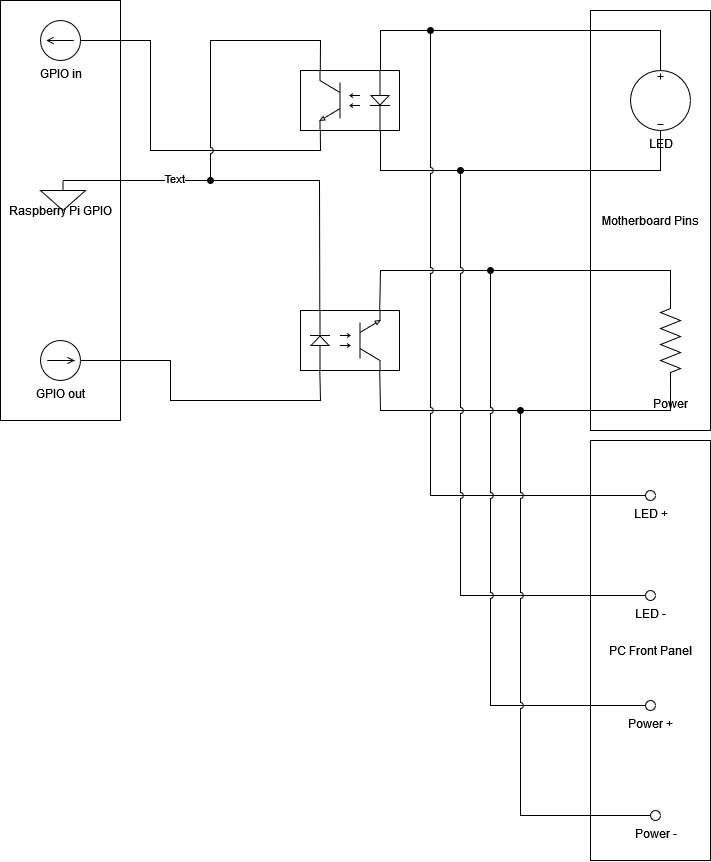
Earlier version of the draw.io export img/Power_Circuit.png (it4impuls/pc-bridge). Source tidied: cells renumbered, new cells last; positions are measured from the earlier drawing's top-left corner, leaving out a move shared by most shapes. The source it was exported from:
```xml
<mxGraphModel>
  <root>
    <mxCell id="0" />
    <mxCell id="1" parent="0" />
    <mxCell id="2" value="&lt;div&gt;Motherboard Pins&lt;/div&gt;" style="rounded=0;whiteSpace=wrap;html=1;fillColor=none;" parent="1" vertex="1">
      <mxGeometry x="590" y="10" width="120" height="420" as="geometry" />
    </mxCell>
    <mxCell id="3" style="verticalLabelPosition=bottom;shadow=0;dashed=0;align=center;html=1;verticalAlign=top;shape=mxgraph.electrical.opto_electronics.opto-coupler;rotation=0;direction=east;flipV=0;flipH=1;" parent="1" vertex="1">
      <mxGeometry x="300" y="70" width="99" height="60" as="geometry" />
    </mxCell>
    <mxCell id="4" style="edgeStyle=orthogonalEdgeStyle;rounded=0;jettySize=auto;html=1;exitX=0.5;exitY=0;exitDx=0;exitDy=0;exitPerimeter=0;entryX=0.195;entryY=0;entryDx=0;entryDy=0;entryPerimeter=0;" parent="1" edge="1" source="x">
      <mxGeometry relative="1" as="geometry">
        <mxPoint x="319.3" y="210" as="targetPoint" />
      </mxGeometry>
    </mxCell>
    <mxCell id="5" value="&lt;div&gt;LED&lt;/div&gt;" style="verticalLabelPosition=bottom;shadow=0;dashed=0;align=center;html=1;verticalAlign=top;shape=mxgraph.electrical.signal_sources.source;elSignalType=dc3;rotation=0;direction=east;" parent="1" vertex="1">
      <mxGeometry x="630" y="70" width="60" height="60" as="geometry" />
    </mxCell>
    <mxCell id="6" value="r" style="edgeStyle=orthogonalEdgeStyle;rounded=0;jettySize=auto;html=1;exitX=0.8;exitY=1;exitDx=0;exitDy=0;exitPerimeter=0;entryX=0;entryY=0.5;entryDx=0;entryDy=0;entryPerimeter=0;" parent="1" edge="1" target="x">
      <mxGeometry relative="1" as="geometry">
        <mxPoint x="319.8" y="240" as="sourcePoint" />
      </mxGeometry>
    </mxCell>
    <mxCell id="7" style="edgeStyle=orthogonalEdgeStyle;rounded=0;jettySize=auto;html=1;exitX=0.195;exitY=1;exitDx=0;exitDy=0;exitPerimeter=0;entryX=0.5;entryY=1;entryDx=0;entryDy=0;entryPerimeter=0;" parent="1" edge="1" target="x">
      <mxGeometry relative="1" as="geometry">
        <mxPoint x="379.7" y="240" as="sourcePoint" />
      </mxGeometry>
    </mxCell>
    <mxCell id="8" style="verticalLabelPosition=bottom;shadow=0;dashed=0;align=center;html=1;verticalAlign=top;shape=mxgraph.electrical.opto_electronics.opto-coupler;rotation=0;flipV=1;" parent="1" vertex="1">
      <mxGeometry x="300" y="310" width="99" height="60" as="geometry" />
    </mxCell>
    <mxCell id="9" value="&lt;div&gt;Power&lt;/div&gt;" style="verticalLabelPosition=bottom;shadow=0;dashed=0;align=center;html=1;verticalAlign=top;shape=mxgraph.electrical.resistors.resistor_2;rotation=0;flipV=1;direction=north;" parent="1" vertex="1">
      <mxGeometry x="660" y="290" width="20" height="100" as="geometry" />
    </mxCell>
    <mxCell id="10" style="endArrow=none;html=1;strokeWidth=1;rounded=0;" parent="1" edge="1">
      <mxGeometry relative="1" as="geometry">
        <mxPoint x="380" y="130" as="sourcePoint" />
        <mxPoint x="660" y="130" as="targetPoint" />
        <Array as="points">
          <mxPoint x="380" y="170" />
          <mxPoint x="660" y="170" />
        </Array>
      </mxGeometry>
    </mxCell>
    <mxCell id="11" style="endArrow=none;html=1;strokeWidth=1;rounded=0;" parent="1" edge="1">
      <mxGeometry relative="1" as="geometry">
        <mxPoint x="380" y="70" as="sourcePoint" />
        <mxPoint x="660" y="70" as="targetPoint" />
        <Array as="points">
          <mxPoint x="380" y="30" />
          <mxPoint x="660" y="30" />
        </Array>
      </mxGeometry>
    </mxCell>
    <mxCell id="12" style="endArrow=none;html=1;strokeWidth=1;rounded=0;exitX=0.8;exitY=1;exitDx=0;exitDy=0;exitPerimeter=0;entryX=0;entryY=0.5;entryDx=0;entryDy=0;entryPerimeter=0;" parent="1" edge="1" source="8" target="9">
      <mxGeometry relative="1" as="geometry">
        <Array as="points">
          <mxPoint x="380" y="270" />
          <mxPoint x="670" y="270" />
        </Array>
      </mxGeometry>
    </mxCell>
    <mxCell id="13" style="endArrow=none;html=1;strokeWidth=1;rounded=0;exitX=0.8;exitY=0;exitDx=0;exitDy=0;exitPerimeter=0;entryX=1;entryY=0.5;entryDx=0;entryDy=0;entryPerimeter=0;" parent="1" edge="1" source="8" target="9">
      <mxGeometry relative="1" as="geometry">
        <Array as="points">
          <mxPoint x="380" y="410" />
          <mxPoint x="670" y="410" />
        </Array>
      </mxGeometry>
    </mxCell>
    <mxCell id="14" value="Raspberry Pi GPIO" style="rounded=0;whiteSpace=wrap;html=1;fillColor=none;" parent="1" vertex="1">
      <mxGeometry width="120" height="420" as="geometry" />
    </mxCell>
    <mxCell id="15" style="verticalLabelPosition=bottom;shadow=0;dashed=0;align=center;html=1;verticalAlign=top;shape=mxgraph.electrical.signal_sources.signal_ground;fillColor=none;" parent="1" vertex="1">
      <mxGeometry x="40" y="180" width="45" height="30" as="geometry" />
    </mxCell>
    <mxCell id="16" style="endArrow=none;html=1;strokeWidth=1;rounded=0;entryX=0;entryY=0.5;entryDx=0;entryDy=0;entryPerimeter=0;exitX=0.8;exitY=1;exitDx=0;exitDy=0;exitPerimeter=0;jumpStyle=arc;" parent="1" edge="1" source="3" target="21">
      <mxGeometry relative="1" as="geometry">
        <Array as="points">
          <mxPoint x="320" y="150" />
          <mxPoint x="150" y="150" />
          <mxPoint x="150" y="70" />
          <mxPoint x="150" y="40" />
        </Array>
      </mxGeometry>
    </mxCell>
    <mxCell id="17" style="endArrow=none;html=1;strokeWidth=1;rounded=0;exitX=0.5;exitY=0;exitDx=0;exitDy=0;exitPerimeter=0;entryX=0.8;entryY=0;entryDx=0;entryDy=0;entryPerimeter=0;startArrow=none;jumpStyle=arc;startFill=0;endFill=0;" parent="1" edge="1" source="15" target="3">
      <mxGeometry relative="1" as="geometry">
        <Array as="points">
          <mxPoint x="210" y="180" />
          <mxPoint x="210" y="40" />
          <mxPoint x="320" y="40" />
        </Array>
      </mxGeometry>
    </mxCell>
    <mxCell id="18" value="Text" style="edgeLabel;html=1;align=center;verticalAlign=middle;" parent="17" vertex="1">
      <mxGeometry x="-0.48" y="2" relative="1" as="geometry" />
    </mxCell>
    <mxCell id="19" style="endArrow=none;html=1;strokeWidth=1;rounded=0;exitX=1;exitY=0.5;exitDx=0;exitDy=0;exitPerimeter=0;entryX=0.195;entryY=0;entryDx=0;entryDy=0;entryPerimeter=0;" parent="1" edge="1" source="20" target="8">
      <mxGeometry relative="1" as="geometry">
        <Array as="points">
          <mxPoint x="170" y="360" />
          <mxPoint x="170" y="400" />
          <mxPoint x="320" y="400" />
        </Array>
      </mxGeometry>
    </mxCell>
    <mxCell id="20" value="&lt;div&gt;GPIO out&lt;/div&gt;" style="verticalLabelPosition=bottom;shadow=0;dashed=0;align=center;html=1;verticalAlign=top;shape=mxgraph.electrical.signal_sources.source;points=[[0.5,0,0],[1,0.5,0],[0.5,1,0],[0,0.5,0]];elSignalType=dc1;fillColor=none;" parent="1" vertex="1">
      <mxGeometry x="40" y="340" width="40" height="40" as="geometry" />
    </mxCell>
    <mxCell id="21" value="GPIO in" style="verticalLabelPosition=bottom;shadow=0;dashed=0;align=center;html=1;verticalAlign=top;shape=mxgraph.electrical.signal_sources.source;points=[[0.5,0,0],[1,0.5,0],[0.5,1,0],[0,0.5,0]];elSignalType=dc1;fillColor=none;flipH=1;" parent="1" vertex="1">
      <mxGeometry x="40" y="20" width="40" height="40" as="geometry" />
    </mxCell>
    <mxCell id="22" style="endArrow=none;html=1;strokeWidth=1;rounded=0;entryX=0.195;entryY=1;entryDx=0;entryDy=0;entryPerimeter=0;startArrow=oval;startFill=1;" parent="1" edge="1" target="8">
      <mxGeometry relative="1" as="geometry">
        <mxPoint x="210" y="180" as="sourcePoint" />
        <Array as="points">
          <mxPoint x="319" y="180" />
        </Array>
      </mxGeometry>
    </mxCell>
    <mxCell id="23" value="PC Front Panel" style="rounded=0;whiteSpace=wrap;html=1;fillColor=none;" parent="1" vertex="1">
      <mxGeometry x="590" y="440" width="120" height="420" as="geometry" />
    </mxCell>
    <mxCell id="24" value="LED +" style="verticalLabelPosition=bottom;shadow=0;dashed=0;align=center;html=1;verticalAlign=top;strokeWidth=1;shape=ellipse;fillColor=none;" parent="1" vertex="1">
      <mxGeometry x="645" y="490" width="10" height="10" as="geometry" />
    </mxCell>
    <mxCell id="25" value="LED -" style="verticalLabelPosition=bottom;shadow=0;dashed=0;align=center;html=1;verticalAlign=top;strokeWidth=1;shape=ellipse;fillColor=none;" parent="1" vertex="1">
      <mxGeometry x="645" y="590" width="10" height="10" as="geometry" />
    </mxCell>
    <mxCell id="26" value="Power +" style="verticalLabelPosition=bottom;shadow=0;dashed=0;align=center;html=1;verticalAlign=top;strokeWidth=1;shape=ellipse;fillColor=none;" parent="1" vertex="1">
      <mxGeometry x="645" y="700" width="10" height="10" as="geometry" />
    </mxCell>
    <mxCell id="27" value="&lt;div&gt;Power -&lt;/div&gt;" style="verticalLabelPosition=bottom;shadow=0;dashed=0;align=center;html=1;verticalAlign=top;strokeWidth=1;shape=ellipse;fillColor=none;" parent="1" vertex="1">
      <mxGeometry x="650" y="810" width="10" height="10" as="geometry" />
    </mxCell>
    <mxCell id="28" style="endArrow=none;html=1;strokeWidth=1;rounded=0;entryX=0;entryY=0.5;entryDx=0;entryDy=0;jumpStyle=arc;edgeStyle=orthogonalEdgeStyle;startArrow=oval;startFill=1;" parent="1" edge="1" target="24">
      <mxGeometry relative="1" as="geometry">
        <mxPoint x="430" y="30" as="sourcePoint" />
        <Array as="points">
          <mxPoint x="430" y="30" />
          <mxPoint x="430" y="495" />
        </Array>
      </mxGeometry>
    </mxCell>
    <mxCell id="29" style="endArrow=none;html=1;strokeWidth=1;rounded=0;entryX=0;entryY=0.5;entryDx=0;entryDy=0;edgeStyle=orthogonalEdgeStyle;jumpStyle=arc;startArrow=oval;startFill=1;" parent="1" edge="1" target="25">
      <mxGeometry relative="1" as="geometry">
        <mxPoint x="460" y="170" as="sourcePoint" />
        <Array as="points">
          <mxPoint x="460" y="595" />
        </Array>
      </mxGeometry>
    </mxCell>
    <mxCell id="30" style="endArrow=none;html=1;strokeWidth=1;rounded=0;entryX=0;entryY=0.5;entryDx=0;entryDy=0;edgeStyle=orthogonalEdgeStyle;jumpStyle=arc;sourcePerimeterSpacing=0;startArrow=oval;startFill=1;" parent="1" edge="1" target="26">
      <mxGeometry relative="1" as="geometry">
        <mxPoint x="490" y="270" as="sourcePoint" />
        <Array as="points">
          <mxPoint x="490" y="705" />
        </Array>
      </mxGeometry>
    </mxCell>
    <mxCell id="31" style="endArrow=none;html=1;strokeWidth=1;rounded=0;entryX=0;entryY=0.5;entryDx=0;entryDy=0;edgeStyle=orthogonalEdgeStyle;jumpStyle=arc;startArrow=oval;startFill=1;" parent="1" edge="1" target="27">
      <mxGeometry relative="1" as="geometry">
        <mxPoint x="520" y="410" as="sourcePoint" />
        <Array as="points">
          <mxPoint x="520" y="815" />
        </Array>
      </mxGeometry>
    </mxCell>
  </root>
</mxGraphModel>
```
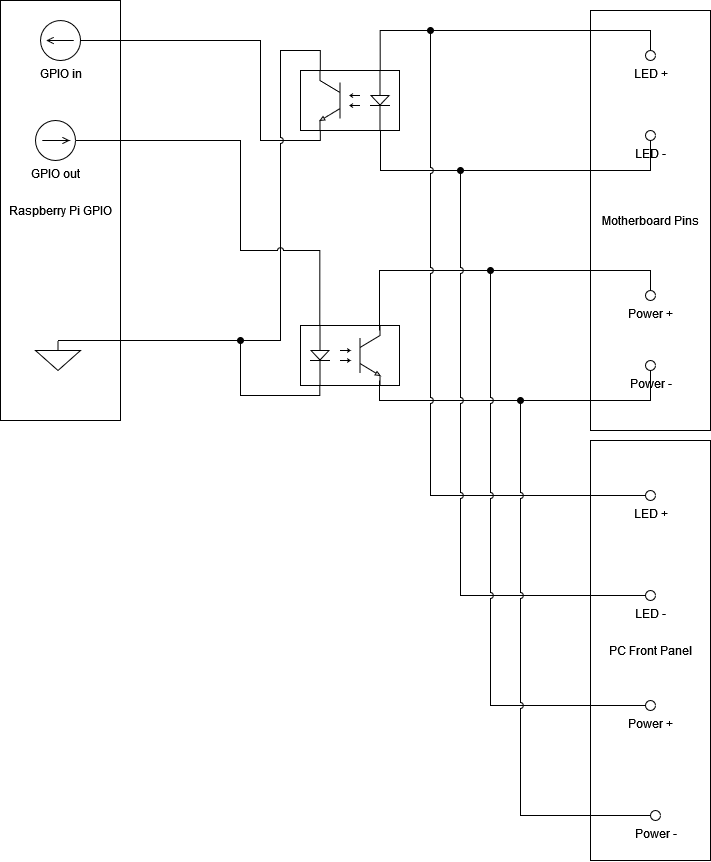
After the change.

Commit message:
updated technical drawing

Change to the diagram source:
```diff
@@ -13,9 +13,6 @@
         <mxPoint x="319.3" y="210" as="targetPoint" />
       </mxGeometry>
     </mxCell>
-    <mxCell id="5" value="&lt;div&gt;LED&lt;/div&gt;" style="verticalLabelPosition=bottom;shadow=0;dashed=0;align=center;html=1;verticalAlign=top;shape=mxgraph.electrical.signal_sources.source;elSignalType=dc3;rotation=0;direction=east;" parent="1" vertex="1">
-      <mxGeometry x="630" y="70" width="60" height="60" as="geometry" />
-    </mxCell>
     <mxCell id="6" value="r" style="edgeStyle=orthogonalEdgeStyle;rounded=0;jettySize=auto;html=1;exitX=0.8;exitY=1;exitDx=0;exitDy=0;exitPerimeter=0;entryX=0;entryY=0.5;entryDx=0;entryDy=0;entryPerimeter=0;" parent="1" edge="1" target="x">
       <mxGeometry relative="1" as="geometry">
         <mxPoint x="319.8" y="240" as="sourcePoint" />
@@ -26,45 +23,41 @@
         <mxPoint x="379.7" y="240" as="sourcePoint" />
       </mxGeometry>
     </mxCell>
-    <mxCell id="8" style="verticalLabelPosition=bottom;shadow=0;dashed=0;align=center;html=1;verticalAlign=top;shape=mxgraph.electrical.opto_electronics.opto-coupler;rotation=0;flipV=1;" parent="1" vertex="1">
-      <mxGeometry x="300" y="310" width="99" height="60" as="geometry" />
+    <mxCell id="8" style="verticalLabelPosition=bottom;shadow=0;dashed=0;align=center;html=1;verticalAlign=top;shape=mxgraph.electrical.opto_electronics.opto-coupler;rotation=0;flipV=0;" parent="1" vertex="1">
+      <mxGeometry x="300" y="325" width="99" height="60" as="geometry" />
     </mxCell>
-    <mxCell id="9" value="&lt;div&gt;Power&lt;/div&gt;" style="verticalLabelPosition=bottom;shadow=0;dashed=0;align=center;html=1;verticalAlign=top;shape=mxgraph.electrical.resistors.resistor_2;rotation=0;flipV=1;direction=north;" parent="1" vertex="1">
-      <mxGeometry x="660" y="290" width="20" height="100" as="geometry" />
-    </mxCell>
-    <mxCell id="10" style="endArrow=none;html=1;strokeWidth=1;rounded=0;" parent="1" edge="1">
+    <mxCell id="10" style="endArrow=none;html=1;strokeWidth=1;rounded=0;entryX=0.5;entryY=1;entryDx=0;entryDy=0;edgeStyle=orthogonalEdgeStyle;" parent="1" edge="1" target="33">
       <mxGeometry relative="1" as="geometry">
         <mxPoint x="380" y="130" as="sourcePoint" />
-        <mxPoint x="660" y="130" as="targetPoint" />
         <Array as="points">
           <mxPoint x="380" y="170" />
-          <mxPoint x="660" y="170" />
+          <mxPoint x="650" y="170" />
         </Array>
       </mxGeometry>
     </mxCell>
-    <mxCell id="11" style="endArrow=none;html=1;strokeWidth=1;rounded=0;" parent="1" edge="1">
+    <mxCell id="11" style="endArrow=none;html=1;strokeWidth=1;rounded=0;startArrow=none;entryX=0.5;entryY=0;entryDx=0;entryDy=0;exitX=0.195;exitY=0;exitDx=0;exitDy=0;exitPerimeter=0;edgeStyle=orthogonalEdgeStyle;" parent="1" edge="1" source="3" target="32">
       <mxGeometry relative="1" as="geometry">
-        <mxPoint x="380" y="70" as="sourcePoint" />
-        <mxPoint x="660" y="70" as="targetPoint" />
         <Array as="points">
           <mxPoint x="380" y="30" />
-          <mxPoint x="660" y="30" />
+          <mxPoint x="650" y="30" />
         </Array>
       </mxGeometry>
     </mxCell>
-    <mxCell id="12" style="endArrow=none;html=1;strokeWidth=1;rounded=0;exitX=0.8;exitY=1;exitDx=0;exitDy=0;exitPerimeter=0;entryX=0;entryY=0.5;entryDx=0;entryDy=0;entryPerimeter=0;" parent="1" edge="1" source="8" target="9">
+    <mxCell id="12" style="endArrow=none;html=1;strokeWidth=1;rounded=0;entryX=0.5;entryY=0;entryDx=0;entryDy=0;edgeStyle=orthogonalEdgeStyle;" parent="1" edge="1" target="34">
       <mxGeometry relative="1" as="geometry">
+        <mxPoint x="379" y="330" as="sourcePoint" />
         <Array as="points">
-          <mxPoint x="380" y="270" />
-          <mxPoint x="670" y="270" />
+          <mxPoint x="379" y="270" />
+          <mxPoint x="650" y="270" />
         </Array>
       </mxGeometry>
     </mxCell>
-    <mxCell id="13" style="endArrow=none;html=1;strokeWidth=1;rounded=0;exitX=0.8;exitY=0;exitDx=0;exitDy=0;exitPerimeter=0;entryX=1;entryY=0.5;entryDx=0;entryDy=0;entryPerimeter=0;" parent="1" edge="1" source="8" target="9">
+    <mxCell id="13" style="endArrow=none;html=1;strokeWidth=1;rounded=0;entryX=0.5;entryY=1;entryDx=0;entryDy=0;edgeStyle=orthogonalEdgeStyle;" parent="1" edge="1" target="35">
       <mxGeometry relative="1" as="geometry">
+        <mxPoint x="379" y="380" as="sourcePoint" />
         <Array as="points">
-          <mxPoint x="380" y="410" />
-          <mxPoint x="670" y="410" />
+          <mxPoint x="379" y="400" />
+          <mxPoint x="650" y="400" />
         </Array>
       </mxGeometry>
     </mxCell>
@@ -72,50 +65,48 @@
       <mxGeometry width="120" height="420" as="geometry" />
     </mxCell>
     <mxCell id="15" style="verticalLabelPosition=bottom;shadow=0;dashed=0;align=center;html=1;verticalAlign=top;shape=mxgraph.electrical.signal_sources.signal_ground;fillColor=none;" parent="1" vertex="1">
-      <mxGeometry x="40" y="180" width="45" height="30" as="geometry" />
+      <mxGeometry x="35" y="340" width="45" height="30" as="geometry" />
     </mxCell>
-    <mxCell id="16" style="endArrow=none;html=1;strokeWidth=1;rounded=0;entryX=0;entryY=0.5;entryDx=0;entryDy=0;entryPerimeter=0;exitX=0.8;exitY=1;exitDx=0;exitDy=0;exitPerimeter=0;jumpStyle=arc;" parent="1" edge="1" source="3" target="21">
+    <mxCell id="16" style="endArrow=none;html=1;strokeWidth=1;rounded=0;entryX=0;entryY=0.5;entryDx=0;entryDy=0;entryPerimeter=0;exitX=0.8;exitY=1;exitDx=0;exitDy=0;exitPerimeter=0;jumpStyle=arc;edgeStyle=orthogonalEdgeStyle;" parent="1" edge="1" source="3" target="21">
       <mxGeometry relative="1" as="geometry">
         <Array as="points">
-          <mxPoint x="320" y="150" />
-          <mxPoint x="150" y="150" />
-          <mxPoint x="150" y="70" />
-          <mxPoint x="150" y="40" />
+          <mxPoint x="320" y="140" />
+          <mxPoint x="260" y="140" />
+          <mxPoint x="260" y="40" />
         </Array>
       </mxGeometry>
     </mxCell>
-    <mxCell id="17" style="endArrow=none;html=1;strokeWidth=1;rounded=0;exitX=0.5;exitY=0;exitDx=0;exitDy=0;exitPerimeter=0;entryX=0.8;entryY=0;entryDx=0;entryDy=0;entryPerimeter=0;startArrow=none;jumpStyle=arc;startFill=0;endFill=0;" parent="1" edge="1" source="15" target="3">
+    <mxCell id="17" style="endArrow=none;html=1;strokeWidth=1;rounded=0;exitX=0.5;exitY=0;exitDx=0;exitDy=0;exitPerimeter=0;entryX=0.8;entryY=0;entryDx=0;entryDy=0;entryPerimeter=0;startArrow=none;jumpStyle=arc;startFill=0;endFill=0;edgeStyle=orthogonalEdgeStyle;" parent="1" edge="1" source="15" target="3">
       <mxGeometry relative="1" as="geometry">
         <Array as="points">
-          <mxPoint x="210" y="180" />
-          <mxPoint x="210" y="40" />
-          <mxPoint x="320" y="40" />
+          <mxPoint x="280" y="340" />
+          <mxPoint x="280" y="50" />
+          <mxPoint x="320" y="50" />
         </Array>
       </mxGeometry>
     </mxCell>
-    <mxCell id="18" value="Text" style="edgeLabel;html=1;align=center;verticalAlign=middle;" parent="17" vertex="1">
-      <mxGeometry x="-0.48" y="2" relative="1" as="geometry" />
-    </mxCell>
-    <mxCell id="19" style="endArrow=none;html=1;strokeWidth=1;rounded=0;exitX=1;exitY=0.5;exitDx=0;exitDy=0;exitPerimeter=0;entryX=0.195;entryY=0;entryDx=0;entryDy=0;entryPerimeter=0;" parent="1" edge="1" source="20" target="8">
+    <mxCell id="19" style="endArrow=none;html=1;strokeWidth=1;rounded=0;exitX=1;exitY=0.5;exitDx=0;exitDy=0;exitPerimeter=0;entryX=0.195;entryY=0;entryDx=0;entryDy=0;entryPerimeter=0;edgeStyle=orthogonalEdgeStyle;jumpStyle=arc;" parent="1" edge="1" source="20" target="8">
       <mxGeometry relative="1" as="geometry">
         <Array as="points">
-          <mxPoint x="170" y="360" />
-          <mxPoint x="170" y="400" />
-          <mxPoint x="320" y="400" />
+          <mxPoint x="240" y="140" />
+          <mxPoint x="240" y="250" />
+          <mxPoint x="319" y="250" />
         </Array>
       </mxGeometry>
     </mxCell>
     <mxCell id="20" value="&lt;div&gt;GPIO out&lt;/div&gt;" style="verticalLabelPosition=bottom;shadow=0;dashed=0;align=center;html=1;verticalAlign=top;shape=mxgraph.electrical.signal_sources.source;points=[[0.5,0,0],[1,0.5,0],[0.5,1,0],[0,0.5,0]];elSignalType=dc1;fillColor=none;" parent="1" vertex="1">
-      <mxGeometry x="40" y="340" width="40" height="40" as="geometry" />
+      <mxGeometry x="35" y="120" width="40" height="40" as="geometry" />
     </mxCell>
     <mxCell id="21" value="GPIO in" style="verticalLabelPosition=bottom;shadow=0;dashed=0;align=center;html=1;verticalAlign=top;shape=mxgraph.electrical.signal_sources.source;points=[[0.5,0,0],[1,0.5,0],[0.5,1,0],[0,0.5,0]];elSignalType=dc1;fillColor=none;flipH=1;" parent="1" vertex="1">
       <mxGeometry x="40" y="20" width="40" height="40" as="geometry" />
     </mxCell>
-    <mxCell id="22" style="endArrow=none;html=1;strokeWidth=1;rounded=0;entryX=0.195;entryY=1;entryDx=0;entryDy=0;entryPerimeter=0;startArrow=oval;startFill=1;" parent="1" edge="1" target="8">
+    <mxCell id="22" style="endArrow=none;html=1;strokeWidth=1;rounded=0;entryX=0.195;entryY=1;entryDx=0;entryDy=0;entryPerimeter=0;startArrow=oval;startFill=1;edgeStyle=orthogonalEdgeStyle;jumpStyle=arc;" parent="1" edge="1" target="8">
       <mxGeometry relative="1" as="geometry">
-        <mxPoint x="210" y="180" as="sourcePoint" />
+        <mxPoint x="240" y="340" as="sourcePoint" />
         <Array as="points">
-          <mxPoint x="319" y="180" />
+          <mxPoint x="240" y="340" />
+          <mxPoint x="240" y="395" />
+          <mxPoint x="319" y="395" />
         </Array>
       </mxGeometry>
     </mxCell>
@@ -161,11 +152,23 @@
     </mxCell>
     <mxCell id="31" style="endArrow=none;html=1;strokeWidth=1;rounded=0;entryX=0;entryY=0.5;entryDx=0;entryDy=0;edgeStyle=orthogonalEdgeStyle;jumpStyle=arc;startArrow=oval;startFill=1;" parent="1" edge="1" target="27">
       <mxGeometry relative="1" as="geometry">
-        <mxPoint x="520" y="410" as="sourcePoint" />
+        <mxPoint x="520" y="400" as="sourcePoint" />
         <Array as="points">
           <mxPoint x="520" y="815" />
         </Array>
       </mxGeometry>
     </mxCell>
+    <mxCell id="32" value="LED +" style="verticalLabelPosition=bottom;shadow=0;dashed=0;align=center;html=1;verticalAlign=top;strokeWidth=1;shape=ellipse;fillColor=none;" parent="1" vertex="1">
+      <mxGeometry x="645" y="50" width="10" height="10" as="geometry" />
+    </mxCell>
+    <mxCell id="33" value="&lt;div&gt;LED -&lt;/div&gt;&lt;div&gt;&lt;br&gt;&lt;/div&gt;" style="verticalLabelPosition=bottom;shadow=0;dashed=0;align=center;html=1;verticalAlign=top;strokeWidth=1;shape=ellipse;fillColor=none;" parent="1" vertex="1">
+      <mxGeometry x="645" y="130" width="10" height="10" as="geometry" />
+    </mxCell>
+    <mxCell id="34" value="Power +" style="verticalLabelPosition=bottom;shadow=0;dashed=0;align=center;html=1;verticalAlign=top;strokeWidth=1;shape=ellipse;fillColor=none;" parent="1" vertex="1">
+      <mxGeometry x="645" y="290" width="10" height="10" as="geometry" />
+    </mxCell>
+    <mxCell id="35" value="Power -" style="verticalLabelPosition=bottom;shadow=0;dashed=0;align=center;html=1;verticalAlign=top;strokeWidth=1;shape=ellipse;fillColor=none;" parent="1" vertex="1">
+      <mxGeometry x="645" y="360" width="10" height="10" as="geometry" />
+    </mxCell>
   </root>
 </mxGraphModel>
```
